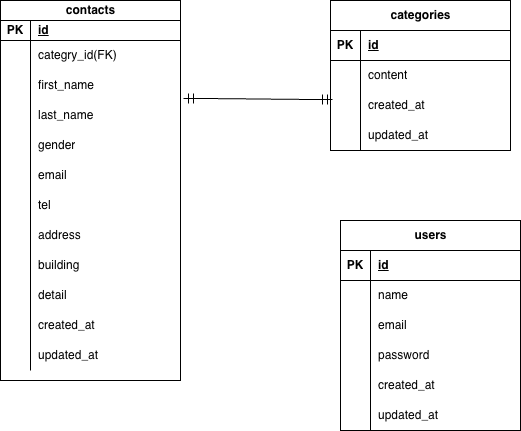
yume0606/contact-form keeps this draw.io diagram as contact-form/images/er.png. Above is the earlier version. Source tidied: cells renumbered, new cells last; positions are measured from the earlier drawing's top-left corner, leaving out a move shared by most shapes. Its diagram source:
```xml
<mxGraphModel background="light-dark(#FFFFFF,#121212)">
  <root>
    <mxCell id="0" />
    <mxCell id="1" parent="0" />
    <mxCell id="2" value="contacts" style="shape=table;startSize=20;rowLines=0;fontStyle=1;align=center;html=1;labelBackgroundColor=none;" parent="1" vertex="1">
      <mxGeometry width="180" height="380" as="geometry" />
    </mxCell>
    <mxCell id="3" style="shape=tableRow;horizontal=0;startSize=0;swimlaneHead=0;swimlaneBody=0;fillColor=none;top=0;left=0;right=0;bottom=1;labelBackgroundColor=none;" parent="2" vertex="1">
      <mxGeometry y="20" width="180" height="20" as="geometry" />
    </mxCell>
    <mxCell id="4" value="PK" style="shape=partialRectangle;fillColor=none;top=0;left=0;bottom=0;right=0;fontStyle=1;overflow=hidden;whiteSpace=wrap;html=1;labelBackgroundColor=none;" parent="3" vertex="1">
      <mxGeometry width="30" height="20" as="geometry" />
    </mxCell>
    <mxCell id="5" value="id" style="shape=partialRectangle;fillColor=none;top=0;left=0;bottom=0;right=0;align=left;spacingLeft=6;fontStyle=5;overflow=hidden;whiteSpace=wrap;html=1;labelBackgroundColor=none;" parent="3" vertex="1">
      <mxGeometry x="30" width="150" height="20" as="geometry" />
    </mxCell>
    <mxCell id="6" style="shape=tableRow;horizontal=0;startSize=0;swimlaneHead=0;swimlaneBody=0;fillColor=none;top=0;left=0;right=0;bottom=0;labelBackgroundColor=none;" parent="2" vertex="1">
      <mxGeometry y="40" width="180" height="30" as="geometry" />
    </mxCell>
    <mxCell id="7" style="shape=partialRectangle;fillColor=none;top=0;left=0;bottom=0;right=0;overflow=hidden;whiteSpace=wrap;html=1;labelBackgroundColor=none;" parent="6" vertex="1">
      <mxGeometry width="30" height="30" as="geometry" />
    </mxCell>
    <mxCell id="8" value="categry_id(FK)" style="shape=partialRectangle;fillColor=none;top=0;left=0;bottom=0;right=0;align=left;spacingLeft=6;overflow=hidden;whiteSpace=wrap;html=1;labelBackgroundColor=none;" parent="6" vertex="1">
      <mxGeometry x="30" width="150" height="30" as="geometry" />
    </mxCell>
    <mxCell id="9" style="shape=tableRow;horizontal=0;startSize=0;swimlaneHead=0;swimlaneBody=0;fillColor=none;points=[[0,0.5],[1,0.5]];portConstraint=eastwest;top=0;left=0;right=0;bottom=0;labelBackgroundColor=none;" parent="2" vertex="1">
      <mxGeometry y="70" width="180" height="30" as="geometry" />
    </mxCell>
    <mxCell id="10" style="shape=partialRectangle;fillColor=none;top=0;left=0;bottom=0;right=0;overflow=hidden;whiteSpace=wrap;html=1;labelBackgroundColor=none;" parent="9" vertex="1">
      <mxGeometry width="30" height="30" as="geometry" />
    </mxCell>
    <mxCell id="11" value="first_name" style="shape=partialRectangle;fillColor=none;top=0;left=0;bottom=0;right=0;align=left;spacingLeft=6;overflow=hidden;whiteSpace=wrap;html=1;labelBackgroundColor=none;" parent="9" vertex="1">
      <mxGeometry x="30" width="150" height="30" as="geometry" />
    </mxCell>
    <mxCell id="12" style="shape=tableRow;horizontal=0;startSize=0;swimlaneHead=0;swimlaneBody=0;fillColor=none;top=0;left=0;right=0;bottom=0;labelBackgroundColor=none;" parent="2" vertex="1">
      <mxGeometry y="100" width="180" height="30" as="geometry" />
    </mxCell>
    <mxCell id="13" style="shape=partialRectangle;fillColor=none;top=0;left=0;bottom=0;right=0;overflow=hidden;whiteSpace=wrap;html=1;labelBackgroundColor=none;" parent="12" vertex="1">
      <mxGeometry width="30" height="30" as="geometry" />
    </mxCell>
    <mxCell id="14" value="last_name" style="shape=partialRectangle;fillColor=none;top=0;left=0;bottom=0;right=0;align=left;spacingLeft=6;overflow=hidden;whiteSpace=wrap;html=1;labelBackgroundColor=none;" parent="12" vertex="1">
      <mxGeometry x="30" width="150" height="30" as="geometry" />
    </mxCell>
    <mxCell id="15" style="shape=tableRow;horizontal=0;startSize=0;swimlaneHead=0;swimlaneBody=0;fillColor=none;top=0;left=0;right=0;bottom=0;labelBackgroundColor=none;" parent="2" vertex="1">
      <mxGeometry y="130" width="180" height="30" as="geometry" />
    </mxCell>
    <mxCell id="16" style="shape=partialRectangle;fillColor=none;top=0;left=0;bottom=0;right=0;overflow=hidden;whiteSpace=wrap;html=1;labelBackgroundColor=none;" parent="15" vertex="1">
      <mxGeometry width="30" height="30" as="geometry" />
    </mxCell>
    <mxCell id="17" value="gender" style="shape=partialRectangle;fillColor=none;top=0;left=0;bottom=0;right=0;align=left;spacingLeft=6;overflow=hidden;whiteSpace=wrap;html=1;labelBackgroundColor=none;" parent="15" vertex="1">
      <mxGeometry x="30" width="150" height="30" as="geometry" />
    </mxCell>
    <mxCell id="18" style="shape=tableRow;horizontal=0;startSize=0;swimlaneHead=0;swimlaneBody=0;fillColor=none;top=0;left=0;right=0;bottom=0;labelBackgroundColor=none;" parent="2" vertex="1">
      <mxGeometry y="160" width="180" height="30" as="geometry" />
    </mxCell>
    <mxCell id="19" style="shape=partialRectangle;fillColor=none;top=0;left=0;bottom=0;right=0;overflow=hidden;whiteSpace=wrap;html=1;labelBackgroundColor=none;" parent="18" vertex="1">
      <mxGeometry width="30" height="30" as="geometry" />
    </mxCell>
    <mxCell id="20" value="email" style="shape=partialRectangle;fillColor=none;top=0;left=0;bottom=0;right=0;align=left;spacingLeft=6;overflow=hidden;whiteSpace=wrap;html=1;labelBackgroundColor=none;" parent="18" vertex="1">
      <mxGeometry x="30" width="150" height="30" as="geometry" />
    </mxCell>
    <mxCell id="21" style="shape=tableRow;horizontal=0;startSize=0;swimlaneHead=0;swimlaneBody=0;fillColor=none;top=0;left=0;right=0;bottom=0;labelBackgroundColor=none;" parent="2" vertex="1">
      <mxGeometry y="190" width="180" height="30" as="geometry" />
    </mxCell>
    <mxCell id="22" style="shape=partialRectangle;fillColor=none;top=0;left=0;bottom=0;right=0;overflow=hidden;whiteSpace=wrap;html=1;labelBackgroundColor=none;" parent="21" vertex="1">
      <mxGeometry width="30" height="30" as="geometry" />
    </mxCell>
    <mxCell id="23" value="tel" style="shape=partialRectangle;fillColor=none;top=0;left=0;bottom=0;right=0;align=left;spacingLeft=6;overflow=hidden;whiteSpace=wrap;html=1;labelBackgroundColor=none;" parent="21" vertex="1">
      <mxGeometry x="30" width="150" height="30" as="geometry" />
    </mxCell>
    <mxCell id="24" style="shape=tableRow;horizontal=0;startSize=0;swimlaneHead=0;swimlaneBody=0;fillColor=none;top=0;left=0;right=0;bottom=0;labelBackgroundColor=none;" parent="2" vertex="1">
      <mxGeometry y="220" width="180" height="30" as="geometry" />
    </mxCell>
    <mxCell id="25" style="shape=partialRectangle;fillColor=none;top=0;left=0;bottom=0;right=0;overflow=hidden;whiteSpace=wrap;html=1;labelBackgroundColor=none;" parent="24" vertex="1">
      <mxGeometry width="30" height="30" as="geometry" />
    </mxCell>
    <mxCell id="26" value="address" style="shape=partialRectangle;fillColor=none;top=0;left=0;bottom=0;right=0;align=left;spacingLeft=6;overflow=hidden;whiteSpace=wrap;html=1;labelBackgroundColor=none;" parent="24" vertex="1">
      <mxGeometry x="30" width="150" height="30" as="geometry" />
    </mxCell>
    <mxCell id="27" style="shape=tableRow;horizontal=0;startSize=0;swimlaneHead=0;swimlaneBody=0;fillColor=none;top=0;left=0;right=0;bottom=0;labelBackgroundColor=none;" parent="2" vertex="1">
      <mxGeometry y="250" width="180" height="30" as="geometry" />
    </mxCell>
    <mxCell id="28" style="shape=partialRectangle;fillColor=none;top=0;left=0;bottom=0;right=0;overflow=hidden;whiteSpace=wrap;html=1;labelBackgroundColor=none;" parent="27" vertex="1">
      <mxGeometry width="30" height="30" as="geometry" />
    </mxCell>
    <mxCell id="29" value="building" style="shape=partialRectangle;fillColor=none;top=0;left=0;bottom=0;right=0;align=left;spacingLeft=6;overflow=hidden;whiteSpace=wrap;html=1;labelBackgroundColor=none;" parent="27" vertex="1">
      <mxGeometry x="30" width="150" height="30" as="geometry" />
    </mxCell>
    <mxCell id="30" style="shape=tableRow;horizontal=0;startSize=0;swimlaneHead=0;swimlaneBody=0;fillColor=none;top=0;left=0;right=0;bottom=0;labelBackgroundColor=none;" parent="2" vertex="1">
      <mxGeometry y="280" width="180" height="30" as="geometry" />
    </mxCell>
    <mxCell id="31" style="shape=partialRectangle;fillColor=none;top=0;left=0;bottom=0;right=0;overflow=hidden;whiteSpace=wrap;html=1;labelBackgroundColor=none;" parent="30" vertex="1">
      <mxGeometry width="30" height="30" as="geometry" />
    </mxCell>
    <mxCell id="32" value="detail" style="shape=partialRectangle;fillColor=none;top=0;left=0;bottom=0;right=0;align=left;spacingLeft=6;overflow=hidden;whiteSpace=wrap;html=1;labelBackgroundColor=none;" parent="30" vertex="1">
      <mxGeometry x="30" width="150" height="30" as="geometry" />
    </mxCell>
    <mxCell id="33" style="shape=tableRow;horizontal=0;startSize=0;swimlaneHead=0;swimlaneBody=0;fillColor=none;top=0;left=0;right=0;bottom=0;labelBackgroundColor=none;" parent="2" vertex="1">
      <mxGeometry y="310" width="180" height="30" as="geometry" />
    </mxCell>
    <mxCell id="34" style="shape=partialRectangle;fillColor=none;top=0;left=0;bottom=0;right=0;overflow=hidden;whiteSpace=wrap;html=1;labelBackgroundColor=none;" parent="33" vertex="1">
      <mxGeometry width="30" height="30" as="geometry" />
    </mxCell>
    <mxCell id="35" value="created_at" style="shape=partialRectangle;fillColor=none;top=0;left=0;bottom=0;right=0;align=left;spacingLeft=6;overflow=hidden;whiteSpace=wrap;html=1;labelBackgroundColor=none;" parent="33" vertex="1">
      <mxGeometry x="30" width="150" height="30" as="geometry" />
    </mxCell>
    <mxCell id="36" style="shape=tableRow;horizontal=0;startSize=0;swimlaneHead=0;swimlaneBody=0;fillColor=none;top=0;left=0;right=0;bottom=0;labelBackgroundColor=none;" parent="2" vertex="1">
      <mxGeometry y="340" width="180" height="30" as="geometry" />
    </mxCell>
    <mxCell id="37" style="shape=partialRectangle;fillColor=none;top=0;left=0;bottom=0;right=0;overflow=hidden;whiteSpace=wrap;html=1;labelBackgroundColor=none;" parent="36" vertex="1">
      <mxGeometry width="30" height="30" as="geometry" />
    </mxCell>
    <mxCell id="38" value="updated_at" style="shape=partialRectangle;fillColor=none;top=0;left=0;bottom=0;right=0;align=left;spacingLeft=6;overflow=hidden;whiteSpace=wrap;html=1;labelBackgroundColor=none;" parent="36" vertex="1">
      <mxGeometry x="30" width="150" height="30" as="geometry" />
    </mxCell>
    <mxCell id="39" value="users" style="shape=table;startSize=30;rowLines=0;fontStyle=1;align=center;html=1;labelBackgroundColor=none;" parent="1" vertex="1">
      <mxGeometry x="340" y="220" width="180" height="210" as="geometry" />
    </mxCell>
    <mxCell id="40" style="shape=tableRow;horizontal=0;startSize=0;swimlaneHead=0;swimlaneBody=0;fillColor=none;top=0;left=0;right=0;bottom=1;labelBackgroundColor=none;" parent="39" vertex="1">
      <mxGeometry y="30" width="180" height="30" as="geometry" />
    </mxCell>
    <mxCell id="41" value="PK" style="shape=partialRectangle;fillColor=none;top=0;left=0;bottom=0;right=0;fontStyle=1;overflow=hidden;whiteSpace=wrap;html=1;labelBackgroundColor=none;" parent="40" vertex="1">
      <mxGeometry width="30" height="30" as="geometry" />
    </mxCell>
    <mxCell id="42" value="id" style="shape=partialRectangle;fillColor=none;top=0;left=0;bottom=0;right=0;align=left;spacingLeft=6;fontStyle=5;overflow=hidden;whiteSpace=wrap;html=1;labelBackgroundColor=none;" parent="40" vertex="1">
      <mxGeometry x="30" width="150" height="30" as="geometry" />
    </mxCell>
    <mxCell id="43" style="shape=tableRow;horizontal=0;startSize=0;swimlaneHead=0;swimlaneBody=0;fillColor=none;top=0;left=0;right=0;bottom=0;labelBackgroundColor=none;" parent="39" vertex="1">
      <mxGeometry y="60" width="180" height="30" as="geometry" />
    </mxCell>
    <mxCell id="44" style="shape=partialRectangle;fillColor=none;top=0;left=0;bottom=0;right=0;overflow=hidden;whiteSpace=wrap;html=1;labelBackgroundColor=none;" parent="43" vertex="1">
      <mxGeometry width="30" height="30" as="geometry" />
    </mxCell>
    <mxCell id="45" value="name" style="shape=partialRectangle;fillColor=none;top=0;left=0;bottom=0;right=0;align=left;spacingLeft=6;overflow=hidden;whiteSpace=wrap;html=1;labelBackgroundColor=none;" parent="43" vertex="1">
      <mxGeometry x="30" width="150" height="30" as="geometry" />
    </mxCell>
    <mxCell id="46" style="shape=tableRow;horizontal=0;startSize=0;swimlaneHead=0;swimlaneBody=0;fillColor=none;top=0;left=0;right=0;bottom=0;labelBackgroundColor=none;" parent="39" vertex="1">
      <mxGeometry y="90" width="180" height="30" as="geometry" />
    </mxCell>
    <mxCell id="47" style="shape=partialRectangle;fillColor=none;top=0;left=0;bottom=0;right=0;overflow=hidden;whiteSpace=wrap;html=1;labelBackgroundColor=none;" parent="46" vertex="1">
      <mxGeometry width="30" height="30" as="geometry" />
    </mxCell>
    <mxCell id="48" value="email" style="shape=partialRectangle;fillColor=none;top=0;left=0;bottom=0;right=0;align=left;spacingLeft=6;overflow=hidden;whiteSpace=wrap;html=1;labelBackgroundColor=none;" parent="46" vertex="1">
      <mxGeometry x="30" width="150" height="30" as="geometry" />
    </mxCell>
    <mxCell id="49" style="shape=tableRow;horizontal=0;startSize=0;swimlaneHead=0;swimlaneBody=0;fillColor=none;top=0;left=0;right=0;bottom=0;labelBackgroundColor=none;" parent="39" vertex="1">
      <mxGeometry y="120" width="180" height="30" as="geometry" />
    </mxCell>
    <mxCell id="50" style="shape=partialRectangle;fillColor=none;top=0;left=0;bottom=0;right=0;overflow=hidden;whiteSpace=wrap;html=1;labelBackgroundColor=none;" parent="49" vertex="1">
      <mxGeometry width="30" height="30" as="geometry" />
    </mxCell>
    <mxCell id="51" value="password" style="shape=partialRectangle;fillColor=none;top=0;left=0;bottom=0;right=0;align=left;spacingLeft=6;overflow=hidden;whiteSpace=wrap;html=1;labelBackgroundColor=none;" parent="49" vertex="1">
      <mxGeometry x="30" width="150" height="30" as="geometry" />
    </mxCell>
    <mxCell id="52" style="shape=tableRow;horizontal=0;startSize=0;swimlaneHead=0;swimlaneBody=0;fillColor=none;top=0;left=0;right=0;bottom=0;labelBackgroundColor=none;" parent="39" vertex="1">
      <mxGeometry y="150" width="180" height="30" as="geometry" />
    </mxCell>
    <mxCell id="53" style="shape=partialRectangle;fillColor=none;top=0;left=0;bottom=0;right=0;overflow=hidden;whiteSpace=wrap;html=1;labelBackgroundColor=none;" parent="52" vertex="1">
      <mxGeometry width="30" height="30" as="geometry" />
    </mxCell>
    <mxCell id="54" value="created_at" style="shape=partialRectangle;fillColor=none;top=0;left=0;bottom=0;right=0;align=left;spacingLeft=6;overflow=hidden;whiteSpace=wrap;html=1;labelBackgroundColor=none;" parent="52" vertex="1">
      <mxGeometry x="30" width="150" height="30" as="geometry" />
    </mxCell>
    <mxCell id="55" style="shape=tableRow;horizontal=0;startSize=0;swimlaneHead=0;swimlaneBody=0;fillColor=none;top=0;left=0;right=0;bottom=0;labelBackgroundColor=none;" parent="39" vertex="1">
      <mxGeometry y="180" width="180" height="30" as="geometry" />
    </mxCell>
    <mxCell id="56" style="shape=partialRectangle;fillColor=none;top=0;left=0;bottom=0;right=0;overflow=hidden;whiteSpace=wrap;html=1;labelBackgroundColor=none;" parent="55" vertex="1">
      <mxGeometry width="30" height="30" as="geometry" />
    </mxCell>
    <mxCell id="57" value="updated_at" style="shape=partialRectangle;fillColor=none;top=0;left=0;bottom=0;right=0;align=left;spacingLeft=6;overflow=hidden;whiteSpace=wrap;html=1;labelBackgroundColor=none;" parent="55" vertex="1">
      <mxGeometry x="30" width="150" height="30" as="geometry" />
    </mxCell>
    <mxCell id="58" value="categories" style="shape=table;startSize=30;rowLines=0;fontStyle=1;align=center;html=1;labelBackgroundColor=none;" parent="1" vertex="1">
      <mxGeometry x="330" width="180" height="150" as="geometry" />
    </mxCell>
    <mxCell id="59" style="shape=tableRow;horizontal=0;startSize=0;swimlaneHead=0;swimlaneBody=0;fillColor=none;top=0;left=0;right=0;bottom=1;labelBackgroundColor=none;" parent="58" vertex="1">
      <mxGeometry y="30" width="180" height="30" as="geometry" />
    </mxCell>
    <mxCell id="60" value="PK" style="shape=partialRectangle;fillColor=none;top=0;left=0;bottom=0;right=0;fontStyle=1;overflow=hidden;whiteSpace=wrap;html=1;labelBackgroundColor=none;" parent="59" vertex="1">
      <mxGeometry width="30" height="30" as="geometry" />
    </mxCell>
    <mxCell id="61" value="id" style="shape=partialRectangle;fillColor=none;top=0;left=0;bottom=0;right=0;align=left;spacingLeft=6;fontStyle=5;overflow=hidden;whiteSpace=wrap;html=1;labelBackgroundColor=none;" parent="59" vertex="1">
      <mxGeometry x="30" width="150" height="30" as="geometry" />
    </mxCell>
    <mxCell id="62" style="shape=tableRow;horizontal=0;startSize=0;swimlaneHead=0;swimlaneBody=0;fillColor=none;top=0;left=0;right=0;bottom=0;labelBackgroundColor=none;" parent="58" vertex="1">
      <mxGeometry y="60" width="180" height="30" as="geometry" />
    </mxCell>
    <mxCell id="63" style="shape=partialRectangle;fillColor=none;top=0;left=0;bottom=0;right=0;overflow=hidden;whiteSpace=wrap;html=1;labelBackgroundColor=none;" parent="62" vertex="1">
      <mxGeometry width="30" height="30" as="geometry" />
    </mxCell>
    <mxCell id="64" value="content" style="shape=partialRectangle;fillColor=none;top=0;left=0;bottom=0;right=0;align=left;spacingLeft=6;overflow=hidden;whiteSpace=wrap;html=1;labelBackgroundColor=none;" parent="62" vertex="1">
      <mxGeometry x="30" width="150" height="30" as="geometry" />
    </mxCell>
    <mxCell id="65" style="shape=tableRow;horizontal=0;startSize=0;swimlaneHead=0;swimlaneBody=0;fillColor=none;points=[[0,0.5],[1,0.5]];portConstraint=eastwest;top=0;left=0;right=0;bottom=0;labelBackgroundColor=none;" parent="58" vertex="1">
      <mxGeometry y="90" width="180" height="30" as="geometry" />
    </mxCell>
    <mxCell id="66" style="shape=partialRectangle;fillColor=none;top=0;left=0;bottom=0;right=0;overflow=hidden;whiteSpace=wrap;html=1;labelBackgroundColor=none;" parent="65" vertex="1">
      <mxGeometry width="30" height="30" as="geometry" />
    </mxCell>
    <mxCell id="67" value="created_at" style="shape=partialRectangle;fillColor=none;top=0;left=0;bottom=0;right=0;align=left;spacingLeft=6;overflow=hidden;whiteSpace=wrap;html=1;labelBackgroundColor=none;" parent="65" vertex="1">
      <mxGeometry x="30" width="150" height="30" as="geometry" />
    </mxCell>
    <mxCell id="68" style="shape=tableRow;horizontal=0;startSize=0;swimlaneHead=0;swimlaneBody=0;fillColor=none;top=0;left=0;right=0;bottom=0;labelBackgroundColor=none;" parent="58" vertex="1">
      <mxGeometry y="120" width="180" height="30" as="geometry" />
    </mxCell>
    <mxCell id="69" style="shape=partialRectangle;fillColor=none;top=0;left=0;bottom=0;right=0;overflow=hidden;whiteSpace=wrap;html=1;labelBackgroundColor=none;" parent="68" vertex="1">
      <mxGeometry width="30" height="30" as="geometry" />
    </mxCell>
    <mxCell id="70" value="updated_at" style="shape=partialRectangle;fillColor=none;top=0;left=0;bottom=0;right=0;align=left;spacingLeft=6;overflow=hidden;whiteSpace=wrap;html=1;labelBackgroundColor=none;" parent="68" vertex="1">
      <mxGeometry x="30" width="150" height="30" as="geometry" />
    </mxCell>
    <mxCell id="71" style="edgeStyle=entityRelationEdgeStyle;fontSize=12;html=1;endArrow=ERmandOne;startArrow=ERmandOne;rounded=0;startSize=8;endSize=8;curved=1;entryX=0.011;entryY=0.3;entryDx=0;entryDy=0;entryPerimeter=0;exitX=1.017;exitY=0.933;exitDx=0;exitDy=0;exitPerimeter=0;" parent="1" edge="1" source="9" target="65">
      <mxGeometry relative="1" as="geometry" />
    </mxCell>
  </root>
</mxGraphModel>
```
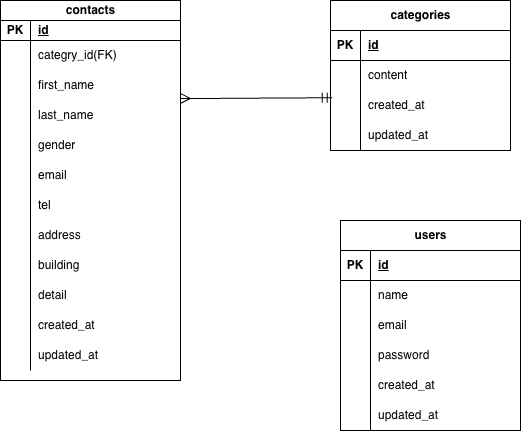
After the change.

The edit, as a diff of the source:
```diff
@@ -209,8 +209,10 @@
     <mxCell id="70" value="updated_at" style="shape=partialRectangle;fillColor=none;top=0;left=0;bottom=0;right=0;align=left;spacingLeft=6;overflow=hidden;whiteSpace=wrap;html=1;labelBackgroundColor=none;" parent="68" vertex="1">
       <mxGeometry x="30" width="150" height="30" as="geometry" />
     </mxCell>
-    <mxCell id="71" style="edgeStyle=entityRelationEdgeStyle;fontSize=12;html=1;endArrow=ERmandOne;startArrow=ERmandOne;rounded=0;startSize=8;endSize=8;curved=1;entryX=0.011;entryY=0.3;entryDx=0;entryDy=0;entryPerimeter=0;exitX=1.017;exitY=0.933;exitDx=0;exitDy=0;exitPerimeter=0;" parent="1" edge="1" source="9" target="65">
-      <mxGeometry relative="1" as="geometry" />
+    <mxCell id="71" style="edgeStyle=entityRelationEdgeStyle;fontSize=12;html=1;endArrow=ERmandOne;startArrow=ERmany;rounded=0;startSize=8;endSize=8;curved=1;entryX=0.01;entryY=0.244;entryDx=0;entryDy=0;entryPerimeter=0;exitX=1.017;exitY=0.933;exitDx=0;exitDy=0;exitPerimeter=0;startFill=0;" parent="1" edge="1" target="65">
+      <mxGeometry relative="1" as="geometry">
+        <mxPoint x="180" y="98" as="sourcePoint" />
+      </mxGeometry>
     </mxCell>
   </root>
 </mxGraphModel>
```
